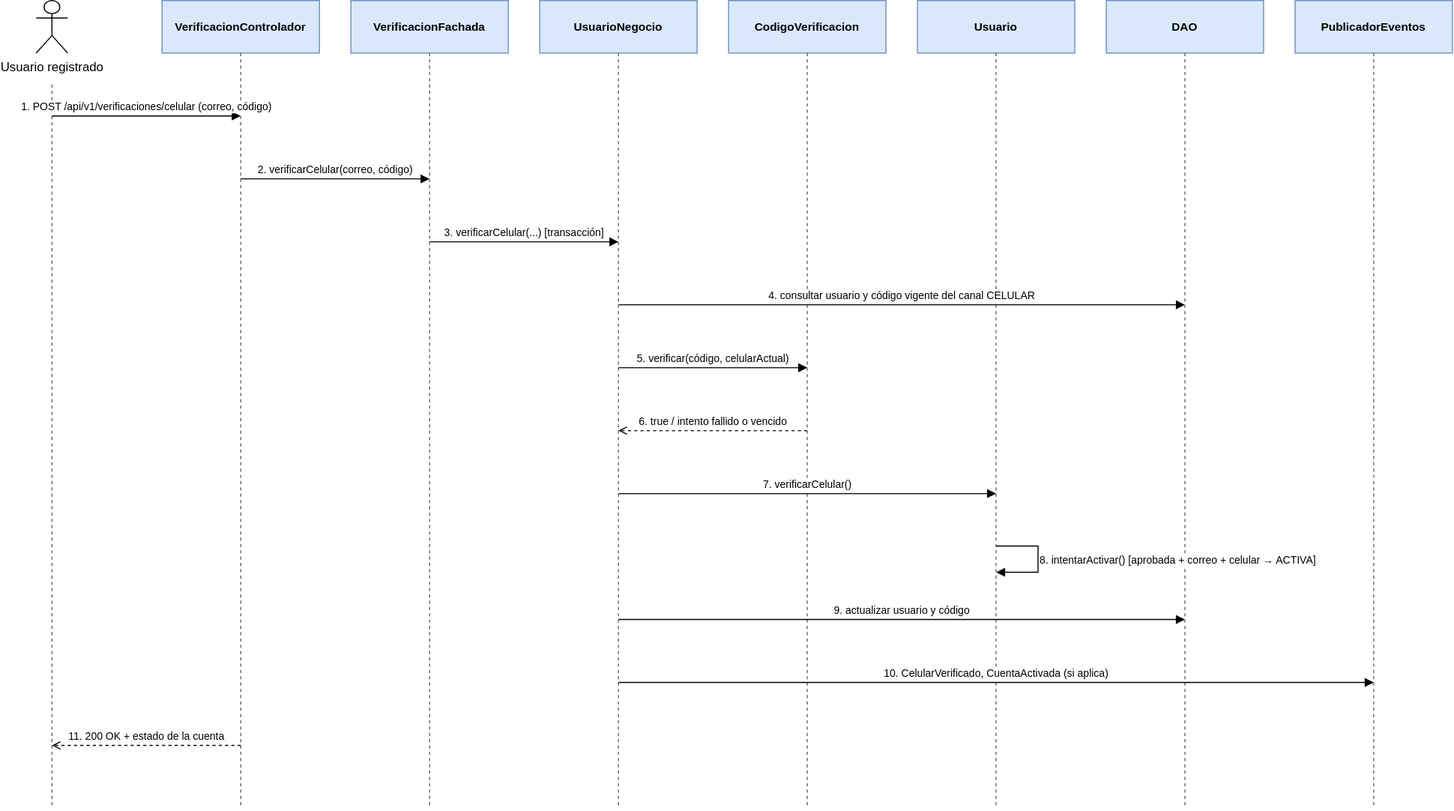
This is documentacion/assets/diagramas/diagramas-secuencia-4.svg from JaiderSoto07/kudos-backend, a draw.io export, as it was before one commit. Source tidied: cells renumbered, new cells last; positions are measured from the earlier drawing's top-left corner, leaving out a move shared by most shapes.
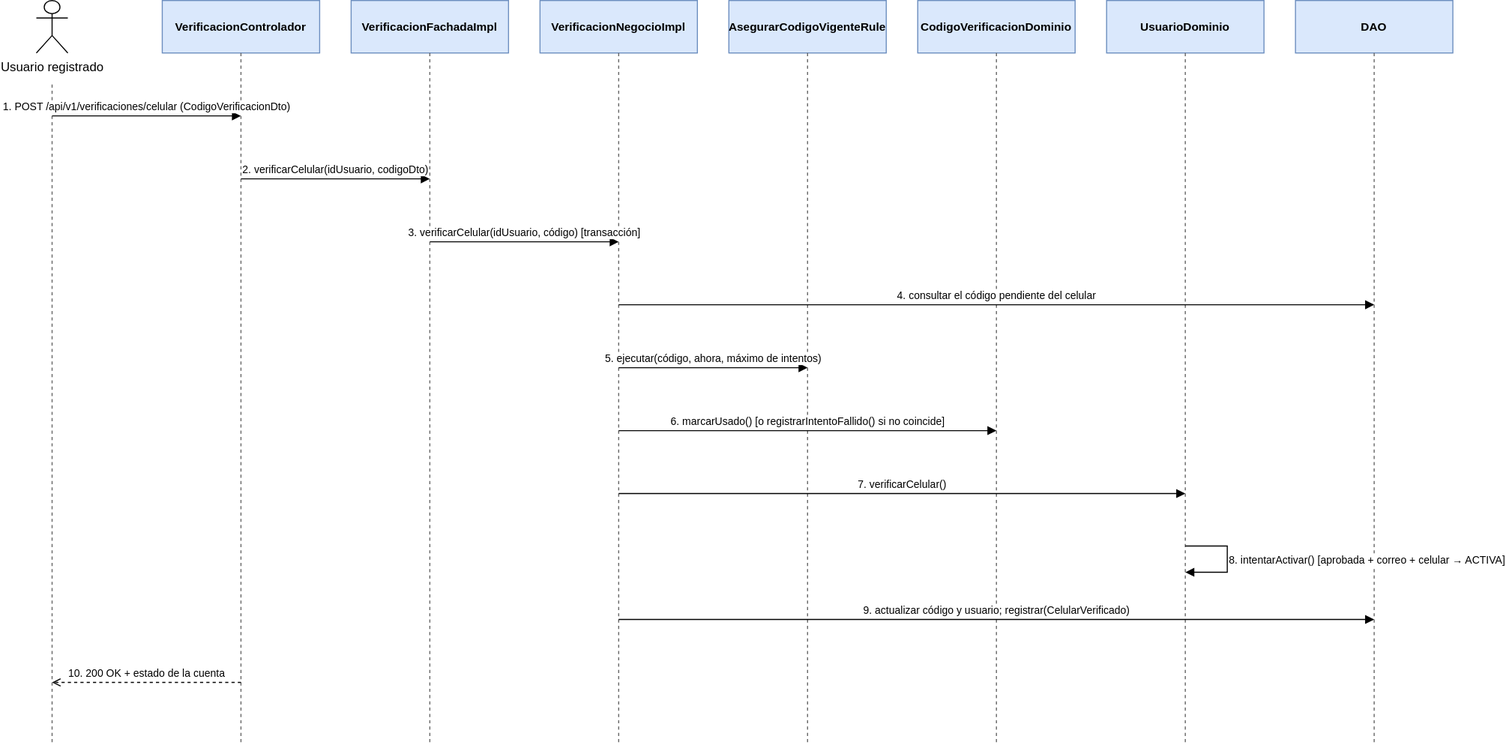
Later version of the same file.

Change to the diagram source:
```diff
@@ -8,141 +8,135 @@
     <mxCell id="3" value="VerificacionControlador" style="rounded=0;whiteSpace=wrap;html=1;fillColor=#dae8fc;strokeColor=#6c8ebf;fontStyle=1;fontSize=11;" parent="1" vertex="1">
       <mxGeometry x="120" width="150" height="50" as="geometry" />
     </mxCell>
-    <mxCell id="4" value="VerificacionFachada" style="rounded=0;whiteSpace=wrap;html=1;fillColor=#dae8fc;strokeColor=#6c8ebf;fontStyle=1;fontSize=11;" parent="1" vertex="1">
+    <mxCell id="4" value="VerificacionFachadaImpl" style="rounded=0;whiteSpace=wrap;html=1;fillColor=#dae8fc;strokeColor=#6c8ebf;fontStyle=1;fontSize=11;" parent="1" vertex="1">
       <mxGeometry x="300" width="150" height="50" as="geometry" />
     </mxCell>
-    <mxCell id="5" value="UsuarioNegocio" style="rounded=0;whiteSpace=wrap;html=1;fillColor=#dae8fc;strokeColor=#6c8ebf;fontStyle=1;fontSize=11;" parent="1" vertex="1">
+    <mxCell id="5" value="VerificacionNegocioImpl" style="rounded=0;whiteSpace=wrap;html=1;fillColor=#dae8fc;strokeColor=#6c8ebf;fontStyle=1;fontSize=11;" parent="1" vertex="1">
       <mxGeometry x="480" width="150" height="50" as="geometry" />
     </mxCell>
-    <mxCell id="6" value="CodigoVerificacion" style="rounded=0;whiteSpace=wrap;html=1;fillColor=#dae8fc;strokeColor=#6c8ebf;fontStyle=1;fontSize=11;" parent="1" vertex="1">
+    <mxCell id="6" value="AsegurarCodigoVigenteRule" style="rounded=0;whiteSpace=wrap;html=1;fillColor=#dae8fc;strokeColor=#6c8ebf;fontStyle=1;fontSize=11;" parent="1" vertex="1">
       <mxGeometry x="660" width="150" height="50" as="geometry" />
     </mxCell>
-    <mxCell id="7" value="Usuario" style="rounded=0;whiteSpace=wrap;html=1;fillColor=#dae8fc;strokeColor=#6c8ebf;fontStyle=1;fontSize=11;" parent="1" vertex="1">
+    <mxCell id="7" value="CodigoVerificacionDominio" style="rounded=0;whiteSpace=wrap;html=1;fillColor=#dae8fc;strokeColor=#6c8ebf;fontStyle=1;fontSize=11;" parent="1" vertex="1">
       <mxGeometry x="840" width="150" height="50" as="geometry" />
     </mxCell>
-    <mxCell id="8" value="DAO" style="rounded=0;whiteSpace=wrap;html=1;fillColor=#dae8fc;strokeColor=#6c8ebf;fontStyle=1;fontSize=11;" parent="1" vertex="1">
+    <mxCell id="8" value="UsuarioDominio" style="rounded=0;whiteSpace=wrap;html=1;fillColor=#dae8fc;strokeColor=#6c8ebf;fontStyle=1;fontSize=11;" parent="1" vertex="1">
       <mxGeometry x="1020" width="150" height="50" as="geometry" />
     </mxCell>
-    <mxCell id="9" value="PublicadorEventos" style="rounded=0;whiteSpace=wrap;html=1;fillColor=#dae8fc;strokeColor=#6c8ebf;fontStyle=1;fontSize=11;" parent="1" vertex="1">
+    <mxCell id="9" value="DAO" style="rounded=0;whiteSpace=wrap;html=1;fillColor=#dae8fc;strokeColor=#6c8ebf;fontStyle=1;fontSize=11;" parent="1" vertex="1">
       <mxGeometry x="1200" width="150" height="50" as="geometry" />
     </mxCell>
     <mxCell id="10" style="endArrow=none;dashed=1;html=1;strokeColor=#666666;" parent="1" edge="1">
       <mxGeometry relative="1" as="geometry">
         <mxPoint x="15" y="80" as="sourcePoint" />
-        <mxPoint x="15" y="770" as="targetPoint" />
+        <mxPoint x="15" y="710" as="targetPoint" />
       </mxGeometry>
     </mxCell>
     <mxCell id="11" style="endArrow=none;dashed=1;html=1;strokeColor=#666666;" parent="1" edge="1">
       <mxGeometry relative="1" as="geometry">
         <mxPoint x="195" y="50" as="sourcePoint" />
-        <mxPoint x="195" y="770" as="targetPoint" />
+        <mxPoint x="195" y="710" as="targetPoint" />
       </mxGeometry>
     </mxCell>
     <mxCell id="12" style="endArrow=none;dashed=1;html=1;strokeColor=#666666;" parent="1" edge="1">
       <mxGeometry relative="1" as="geometry">
         <mxPoint x="375" y="50" as="sourcePoint" />
-        <mxPoint x="375" y="770" as="targetPoint" />
+        <mxPoint x="375" y="710" as="targetPoint" />
       </mxGeometry>
     </mxCell>
     <mxCell id="13" style="endArrow=none;dashed=1;html=1;strokeColor=#666666;" parent="1" edge="1">
       <mxGeometry relative="1" as="geometry">
         <mxPoint x="555" y="50" as="sourcePoint" />
-        <mxPoint x="555" y="770" as="targetPoint" />
+        <mxPoint x="555" y="710" as="targetPoint" />
       </mxGeometry>
     </mxCell>
     <mxCell id="14" style="endArrow=none;dashed=1;html=1;strokeColor=#666666;" parent="1" edge="1">
       <mxGeometry relative="1" as="geometry">
         <mxPoint x="735" y="50" as="sourcePoint" />
-        <mxPoint x="735" y="770" as="targetPoint" />
+        <mxPoint x="735" y="710" as="targetPoint" />
       </mxGeometry>
     </mxCell>
     <mxCell id="15" style="endArrow=none;dashed=1;html=1;strokeColor=#666666;" parent="1" edge="1">
       <mxGeometry relative="1" as="geometry">
         <mxPoint x="915" y="50" as="sourcePoint" />
-        <mxPoint x="915" y="770" as="targetPoint" />
+        <mxPoint x="915" y="710" as="targetPoint" />
       </mxGeometry>
     </mxCell>
     <mxCell id="16" style="endArrow=none;dashed=1;html=1;strokeColor=#666666;" parent="1" edge="1">
       <mxGeometry relative="1" as="geometry">
         <mxPoint x="1095" y="50" as="sourcePoint" />
-        <mxPoint x="1095" y="770" as="targetPoint" />
+        <mxPoint x="1095" y="710" as="targetPoint" />
       </mxGeometry>
     </mxCell>
     <mxCell id="17" style="endArrow=none;dashed=1;html=1;strokeColor=#666666;" parent="1" edge="1">
       <mxGeometry relative="1" as="geometry">
         <mxPoint x="1275" y="50" as="sourcePoint" />
-        <mxPoint x="1275" y="770" as="targetPoint" />
+        <mxPoint x="1275" y="710" as="targetPoint" />
       </mxGeometry>
     </mxCell>
-    <mxCell id="18" value="1. POST /api/v1/verificaciones/celular (correo, código)" style="endArrow=block;endFill=1;html=1;rounded=0;fontSize=10;labelBackgroundColor=#ffffff;verticalAlign=bottom;" parent="1" edge="1">
+    <mxCell id="18" value="1. POST /api/v1/verificaciones/celular (CodigoVerificacionDto)" style="endArrow=block;endFill=1;html=1;rounded=0;fontSize=10;labelBackgroundColor=#ffffff;verticalAlign=bottom;" parent="1" edge="1">
       <mxGeometry relative="1" as="geometry">
         <mxPoint x="15" y="110" as="sourcePoint" />
         <mxPoint x="195" y="110" as="targetPoint" />
       </mxGeometry>
     </mxCell>
-    <mxCell id="19" value="2. verificarCelular(correo, código)" style="endArrow=block;endFill=1;html=1;rounded=0;fontSize=10;labelBackgroundColor=#ffffff;verticalAlign=bottom;" parent="1" edge="1">
+    <mxCell id="19" value="2. verificarCelular(idUsuario, codigoDto)" style="endArrow=block;endFill=1;html=1;rounded=0;fontSize=10;labelBackgroundColor=#ffffff;verticalAlign=bottom;" parent="1" edge="1">
       <mxGeometry relative="1" as="geometry">
         <mxPoint x="195" y="170" as="sourcePoint" />
         <mxPoint x="375" y="170" as="targetPoint" />
       </mxGeometry>
     </mxCell>
-    <mxCell id="20" value="3. verificarCelular(...)  [transacción]" style="endArrow=block;endFill=1;html=1;rounded=0;fontSize=10;labelBackgroundColor=#ffffff;verticalAlign=bottom;" parent="1" edge="1">
+    <mxCell id="20" value="3. verificarCelular(idUsuario, código)  [transacción]" style="endArrow=block;endFill=1;html=1;rounded=0;fontSize=10;labelBackgroundColor=#ffffff;verticalAlign=bottom;" parent="1" edge="1">
       <mxGeometry relative="1" as="geometry">
         <mxPoint x="375" y="230" as="sourcePoint" />
         <mxPoint x="555" y="230" as="targetPoint" />
       </mxGeometry>
     </mxCell>
-    <mxCell id="21" value="4. consultar usuario y código vigente del canal CELULAR" style="endArrow=block;endFill=1;html=1;rounded=0;fontSize=10;labelBackgroundColor=#ffffff;verticalAlign=bottom;" parent="1" edge="1">
+    <mxCell id="21" value="4. consultar el código pendiente del celular" style="endArrow=block;endFill=1;html=1;rounded=0;fontSize=10;labelBackgroundColor=#ffffff;verticalAlign=bottom;" parent="1" edge="1">
       <mxGeometry relative="1" as="geometry">
         <mxPoint x="555" y="290" as="sourcePoint" />
-        <mxPoint x="1095" y="290" as="targetPoint" />
+        <mxPoint x="1275" y="290" as="targetPoint" />
       </mxGeometry>
     </mxCell>
-    <mxCell id="22" value="5. verificar(código, celularActual)" style="endArrow=block;endFill=1;html=1;rounded=0;fontSize=10;labelBackgroundColor=#ffffff;verticalAlign=bottom;" parent="1" edge="1">
+    <mxCell id="22" value="5. ejecutar(código, ahora, máximo de intentos)" style="endArrow=block;endFill=1;html=1;rounded=0;fontSize=10;labelBackgroundColor=#ffffff;verticalAlign=bottom;" parent="1" edge="1">
       <mxGeometry relative="1" as="geometry">
         <mxPoint x="555" y="350" as="sourcePoint" />
         <mxPoint x="735" y="350" as="targetPoint" />
       </mxGeometry>
     </mxCell>
-    <mxCell id="23" value="6. true / intento fallido o vencido" style="endArrow=open;endFill=0;dashed=1;html=1;rounded=0;fontSize=10;labelBackgroundColor=#ffffff;verticalAlign=bottom;" parent="1" edge="1">
+    <mxCell id="23" value="6. marcarUsado()  [o registrarIntentoFallido() si no coincide]" style="endArrow=block;endFill=1;html=1;rounded=0;fontSize=10;labelBackgroundColor=#ffffff;verticalAlign=bottom;" parent="1" edge="1">
       <mxGeometry relative="1" as="geometry">
-        <mxPoint x="735" y="410" as="sourcePoint" />
-        <mxPoint x="555" y="410" as="targetPoint" />
+        <mxPoint x="555" y="410" as="sourcePoint" />
+        <mxPoint x="915" y="410" as="targetPoint" />
       </mxGeometry>
     </mxCell>
     <mxCell id="24" value="7. verificarCelular()" style="endArrow=block;endFill=1;html=1;rounded=0;fontSize=10;labelBackgroundColor=#ffffff;verticalAlign=bottom;" parent="1" edge="1">
       <mxGeometry relative="1" as="geometry">
         <mxPoint x="555" y="470" as="sourcePoint" />
-        <mxPoint x="915" y="470" as="targetPoint" />
+        <mxPoint x="1095" y="470" as="targetPoint" />
       </mxGeometry>
     </mxCell>
     <mxCell id="25" value="8. intentarActivar()  [aprobada + correo + celular → ACTIVA]" style="endArrow=block;endFill=1;html=1;rounded=0;fontSize=10;align=left;labelBackgroundColor=#ffffff;" parent="1" edge="1">
       <mxGeometry relative="1" as="geometry">
-        <mxPoint x="915" y="520" as="sourcePoint" />
-        <mxPoint x="915" y="545" as="targetPoint" />
+        <mxPoint x="1095" y="520" as="sourcePoint" />
+        <mxPoint x="1095" y="545" as="targetPoint" />
         <Array as="points">
-          <mxPoint x="955" y="520" />
-          <mxPoint x="955" y="545" />
+          <mxPoint x="1135" y="520" />
+          <mxPoint x="1135" y="545" />
         </Array>
       </mxGeometry>
     </mxCell>
-    <mxCell id="26" value="9. actualizar usuario y código" style="endArrow=block;endFill=1;html=1;rounded=0;fontSize=10;labelBackgroundColor=#ffffff;verticalAlign=bottom;" parent="1" edge="1">
+    <mxCell id="26" value="9. actualizar código y usuario; registrar(CelularVerificado)" style="endArrow=block;endFill=1;html=1;rounded=0;fontSize=10;labelBackgroundColor=#ffffff;verticalAlign=bottom;" parent="1" edge="1">
       <mxGeometry relative="1" as="geometry">
         <mxPoint x="555" y="590" as="sourcePoint" />
-        <mxPoint x="1095" y="590" as="targetPoint" />
+        <mxPoint x="1275" y="590" as="targetPoint" />
       </mxGeometry>
     </mxCell>
-    <mxCell id="27" value="10. CelularVerificado, CuentaActivada (si aplica)" style="endArrow=block;endFill=1;html=1;rounded=0;fontSize=10;labelBackgroundColor=#ffffff;verticalAlign=bottom;" parent="1" edge="1">
+    <mxCell id="27" value="10. 200 OK + estado de la cuenta" style="endArrow=open;endFill=0;dashed=1;html=1;rounded=0;fontSize=10;labelBackgroundColor=#ffffff;verticalAlign=bottom;" parent="1" edge="1">
       <mxGeometry relative="1" as="geometry">
-        <mxPoint x="555" y="650" as="sourcePoint" />
-        <mxPoint x="1275" y="650" as="targetPoint" />
+        <mxPoint x="195" y="650" as="sourcePoint" />
+        <mxPoint x="15" y="650" as="targetPoint" />
       </mxGeometry>
     </mxCell>
-    <mxCell id="28" value="11. 200 OK + estado de la cuenta" style="endArrow=open;endFill=0;dashed=1;html=1;rounded=0;fontSize=10;labelBackgroundColor=#ffffff;verticalAlign=bottom;" parent="1" edge="1">
-      <mxGeometry relative="1" as="geometry">
-        <mxPoint x="195" y="710" as="sourcePoint" />
-        <mxPoint x="15" y="710" as="targetPoint" />
-      </mxGeometry>
-    </mxCell>
   </root>
 </mxGraphModel>
```
